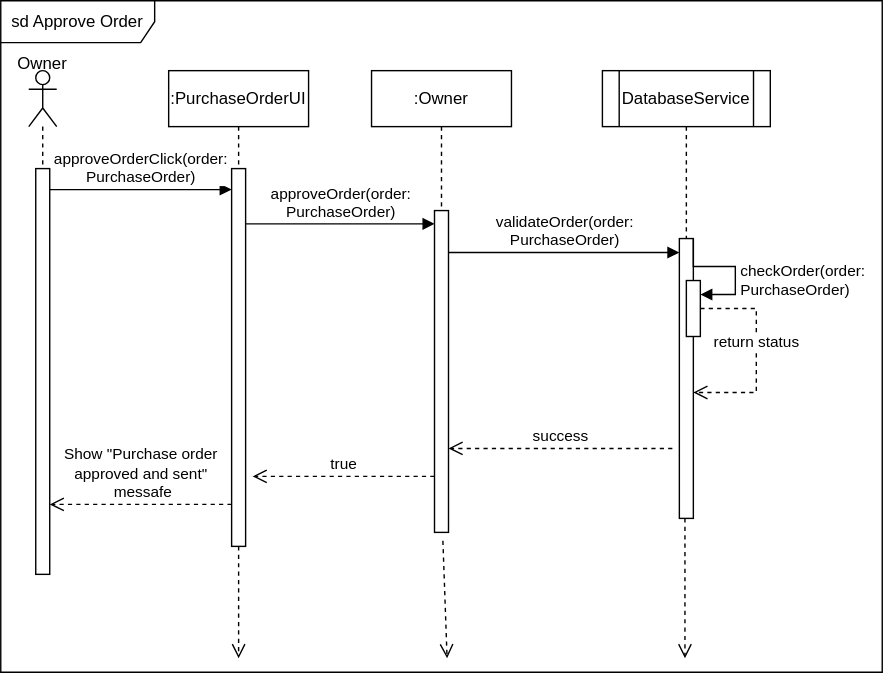
Simamkele88/IFM3_GP keeps this draw.io diagram as approve_order.svg. Above is the earlier version. Source tidied: cells renumbered, new cells last; positions are measured from the earlier drawing's top-left corner, leaving out a move shared by most shapes.
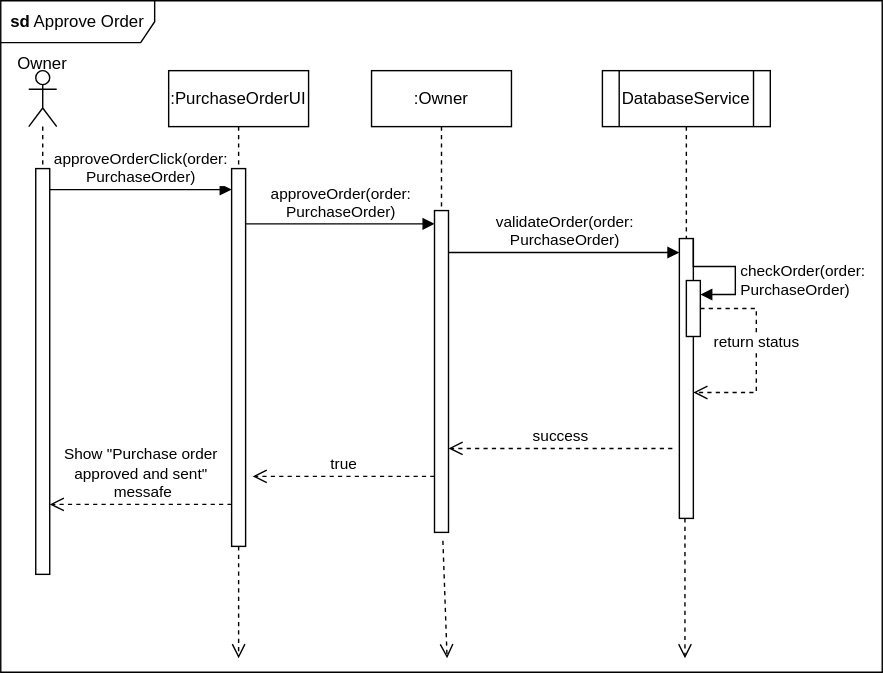
Later version of the same file.

Change to the diagram source:
```diff
@@ -2,7 +2,7 @@
   <root>
     <mxCell id="0" />
     <mxCell id="1" parent="0" />
-    <mxCell id="2" value="sd Approve Order" style="shape=umlFrame;whiteSpace=wrap;html=1;width=110;height=30;" parent="1" vertex="1">
+    <mxCell id="2" value="&lt;b&gt;sd&lt;/b&gt; Approve Order" style="shape=umlFrame;whiteSpace=wrap;html=1;width=110;height=30;" parent="1" vertex="1">
       <mxGeometry width="630" height="480" as="geometry" />
     </mxCell>
     <mxCell id="3" style="shape=umlLifeline;perimeter=lifelinePerimeter;whiteSpace=wrap;html=1;newEdgeStyle={&quot;curved&quot;:0,&quot;rounded&quot;:0};participant=umlActor;" parent="1" vertex="1">
```
